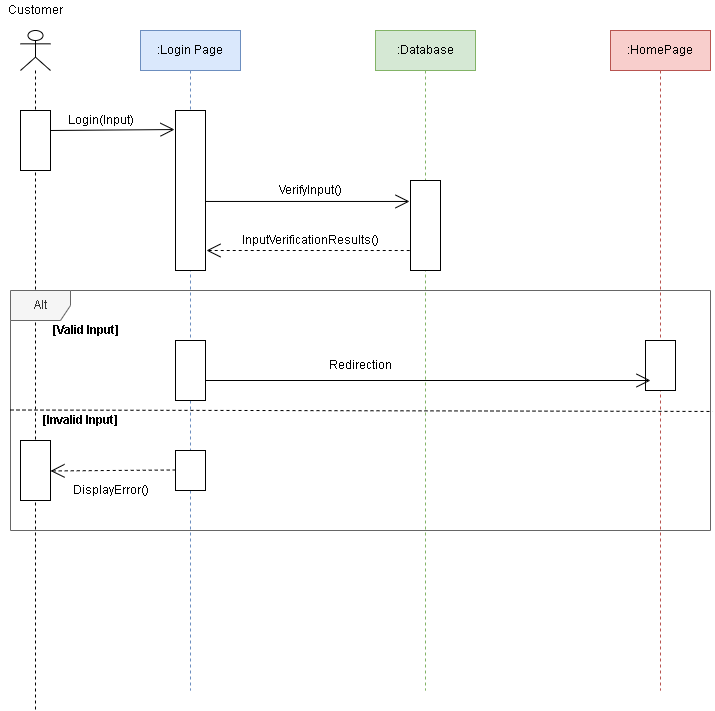
Earlier version of the draw.io export givealittle/UML diagramls/Process View/loginSequence.png (tiisetsohub/GiveALittle). Source tidied: cells renumbered, new cells last; positions are measured from the earlier drawing's top-left corner, leaving out a move shared by most shapes. The source it was exported from:
```xml
<mxGraphModel>
  <root>
    <mxCell id="0" />
    <mxCell id="1" parent="0" />
    <mxCell id="2" style="shape=umlLifeline;participant=umlActor;perimeter=lifelinePerimeter;whiteSpace=wrap;html=1;verticalAlign=top;spacingTop=36;" parent="1" vertex="1">
      <mxGeometry x="20" y="30" width="30" height="680" as="geometry" />
    </mxCell>
    <mxCell id="3" style="html=1;perimeter=orthogonalPerimeter;" parent="2" vertex="1">
      <mxGeometry y="80" width="30" height="60" as="geometry" />
    </mxCell>
    <mxCell id="4" value=":Login Page" style="shape=umlLifeline;perimeter=lifelinePerimeter;whiteSpace=wrap;html=1;fillColor=#dae8fc;strokeColor=#6c8ebf;" parent="1" vertex="1">
      <mxGeometry x="140" y="30" width="100" height="660" as="geometry" />
    </mxCell>
    <mxCell id="5" style="html=1;points=[];perimeter=orthogonalPerimeter;" parent="4" vertex="1">
      <mxGeometry x="35" y="80" width="30" height="160" as="geometry" />
    </mxCell>
    <mxCell id="6" value=":Database" style="shape=umlLifeline;perimeter=lifelinePerimeter;whiteSpace=wrap;html=1;fillColor=#d5e8d4;strokeColor=#82b366;" parent="1" vertex="1">
      <mxGeometry x="375" y="30" width="100" height="660" as="geometry" />
    </mxCell>
    <mxCell id="7" style="html=1;points=[];perimeter=orthogonalPerimeter;" parent="6" vertex="1">
      <mxGeometry x="35" y="150" width="30" height="90" as="geometry" />
    </mxCell>
    <mxCell id="8" value=":HomePage" style="shape=umlLifeline;perimeter=lifelinePerimeter;whiteSpace=wrap;html=1;fillColor=#f8cecc;strokeColor=#b85450;" parent="1" vertex="1">
      <mxGeometry x="610" y="30" width="100" height="660" as="geometry" />
    </mxCell>
    <mxCell id="9" value="Alt" style="shape=umlFrame;whiteSpace=wrap;html=1;fillColor=#f5f5f5;fontColor=#333333;strokeColor=#666666;" parent="1" vertex="1">
      <mxGeometry x="10" y="290" width="700" height="240" as="geometry" />
    </mxCell>
    <mxCell id="10" style="endArrow=none;endFill=0;endSize=12;html=1;rounded=0;entryX=1.003;entryY=0.504;entryDx=0;entryDy=0;entryPerimeter=0;dashed=1;" parent="1" edge="1" target="9">
      <mxGeometry relative="1" as="geometry">
        <mxPoint x="10" y="409.5" as="sourcePoint" />
      </mxGeometry>
    </mxCell>
    <mxCell id="11" style="html=1;perimeter=orthogonalPerimeter;" parent="1" vertex="1">
      <mxGeometry x="20" y="440" width="30" height="60" as="geometry" />
    </mxCell>
    <mxCell id="12" style="html=1;perimeter=orthogonalPerimeter;" parent="1" vertex="1">
      <mxGeometry x="175" y="450" width="30" height="40" as="geometry" />
    </mxCell>
    <mxCell id="13" style="html=1;perimeter=orthogonalPerimeter;" parent="1" vertex="1">
      <mxGeometry x="175" y="340" width="30" height="60" as="geometry" />
    </mxCell>
    <mxCell id="14" style="html=1;points=[];perimeter=orthogonalPerimeter;" parent="1" vertex="1">
      <mxGeometry x="645" y="340" width="30" height="50" as="geometry" />
    </mxCell>
    <mxCell id="15" style="endArrow=open;endFill=1;endSize=12;html=1;rounded=0;entryX=-0.033;entryY=0.119;entryDx=0;entryDy=0;entryPerimeter=0;" parent="1" edge="1" target="5">
      <mxGeometry relative="1" as="geometry">
        <mxPoint x="50" y="130" as="sourcePoint" />
      </mxGeometry>
    </mxCell>
    <mxCell id="16" style="endArrow=open;endFill=1;endSize=12;html=1;rounded=0;entryX=-0.033;entryY=0.233;entryDx=0;entryDy=0;entryPerimeter=0;" parent="1" edge="1" target="7">
      <mxGeometry relative="1" as="geometry">
        <mxPoint x="205" y="201" as="sourcePoint" />
      </mxGeometry>
    </mxCell>
    <mxCell id="17" style="endArrow=none;endFill=0;endSize=12;html=1;rounded=0;entryX=-0.033;entryY=0.233;entryDx=0;entryDy=0;entryPerimeter=0;startArrow=open;startFill=0;startSize=12;dashed=1;" parent="1" edge="1">
      <mxGeometry relative="1" as="geometry">
        <mxPoint x="206" y="250" as="sourcePoint" />
        <mxPoint x="410" y="250" as="targetPoint" />
      </mxGeometry>
    </mxCell>
    <mxCell id="18" style="endArrow=open;endFill=1;endSize=12;html=1;rounded=0;entryX=0.167;entryY=0.8;entryDx=0;entryDy=0;entryPerimeter=0;" parent="1" edge="1" target="14">
      <mxGeometry relative="1" as="geometry">
        <mxPoint x="205" y="380" as="sourcePoint" />
      </mxGeometry>
    </mxCell>
    <mxCell id="19" style="endArrow=none;endFill=0;endSize=12;html=1;rounded=0;entryX=-0.033;entryY=0.119;entryDx=0;entryDy=0;entryPerimeter=0;startArrow=open;startFill=0;startSize=12;dashed=1;" parent="1" edge="1">
      <mxGeometry relative="1" as="geometry">
        <mxPoint x="50" y="470.5" as="sourcePoint" />
        <mxPoint x="174" y="469.5" as="targetPoint" />
      </mxGeometry>
    </mxCell>
    <mxCell id="20" value="Login(Input)" style="text;html=1;align=center;verticalAlign=middle;fillColor=none;strokeColor=none;rounded=0;" parent="1" vertex="1">
      <mxGeometry x="60" y="110" width="80" height="20" as="geometry" />
    </mxCell>
    <mxCell id="21" value="VerifyInput()" style="text;html=1;align=center;verticalAlign=middle;fillColor=none;strokeColor=none;rounded=0;" parent="1" vertex="1">
      <mxGeometry x="270" y="180" width="80" height="20" as="geometry" />
    </mxCell>
    <mxCell id="22" value="InputVerificationResults()" style="text;html=1;align=center;verticalAlign=middle;fillColor=none;strokeColor=none;rounded=0;" parent="1" vertex="1">
      <mxGeometry x="235" y="230" width="150" height="20" as="geometry" />
    </mxCell>
    <mxCell id="23" value="&lt;b&gt;[Valid Input]&lt;/b&gt;" style="text;html=1;align=center;verticalAlign=middle;fillColor=none;strokeColor=none;rounded=0;" parent="1" vertex="1">
      <mxGeometry x="45" y="320" width="80" height="20" as="geometry" />
    </mxCell>
    <mxCell id="24" value="&lt;b&gt;[Invalid Input]&lt;/b&gt;" style="text;html=1;align=center;verticalAlign=middle;fillColor=none;strokeColor=none;rounded=0;" parent="1" vertex="1">
      <mxGeometry x="35" y="410" width="90" height="20" as="geometry" />
    </mxCell>
    <mxCell id="25" value="DisplayError()" style="text;html=1;align=center;verticalAlign=middle;fillColor=none;strokeColor=none;rounded=0;" parent="1" vertex="1">
      <mxGeometry x="65" y="480" width="90" height="20" as="geometry" />
    </mxCell>
    <mxCell id="26" value="Redirection" style="text;html=1;align=center;verticalAlign=middle;fillColor=none;strokeColor=none;rounded=0;" parent="1" vertex="1">
      <mxGeometry x="320" y="355" width="80" height="20" as="geometry" />
    </mxCell>
    <mxCell id="27" value="Customer" style="text;html=1;align=center;verticalAlign=middle;fillColor=none;strokeColor=none;rounded=0;" parent="1" vertex="1">
      <mxGeometry width="70" height="20" as="geometry" />
    </mxCell>
  </root>
</mxGraphModel>
```
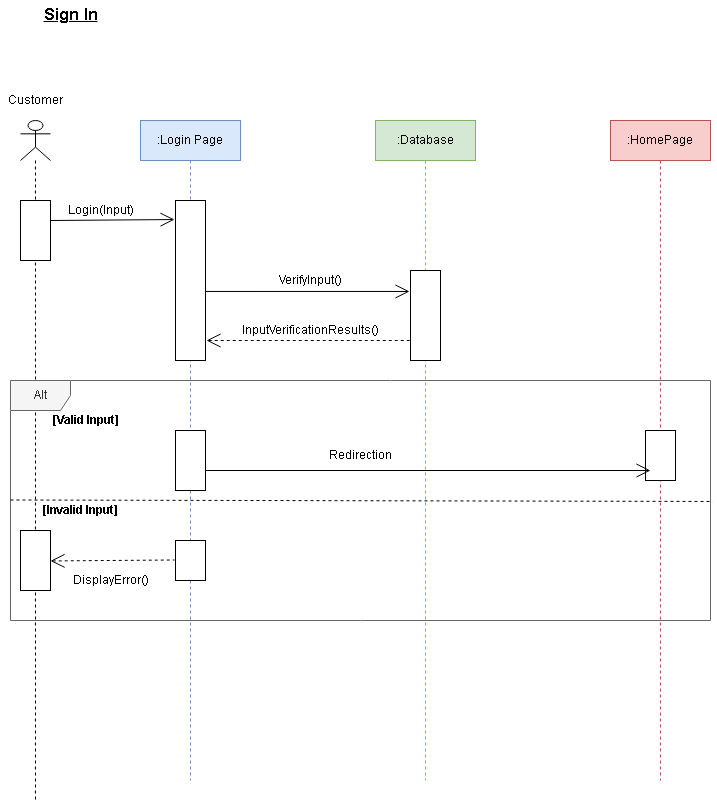
Above is the later version.

Change to the diagram source:
```diff
@@ -94,5 +94,8 @@
     <mxCell id="27" value="Customer" style="text;html=1;align=center;verticalAlign=middle;fillColor=none;strokeColor=none;rounded=0;" parent="1" vertex="1">
       <mxGeometry width="70" height="20" as="geometry" />
     </mxCell>
+    <mxCell id="28" value="Sign In" style="text;html=1;align=center;verticalAlign=middle;fillColor=none;strokeColor=none;rounded=0;fontStyle=5;fontSize=17;" parent="1" vertex="1">
+      <mxGeometry x="35" y="-90" width="70" height="30" as="geometry" />
+    </mxCell>
   </root>
 </mxGraphModel>
```
